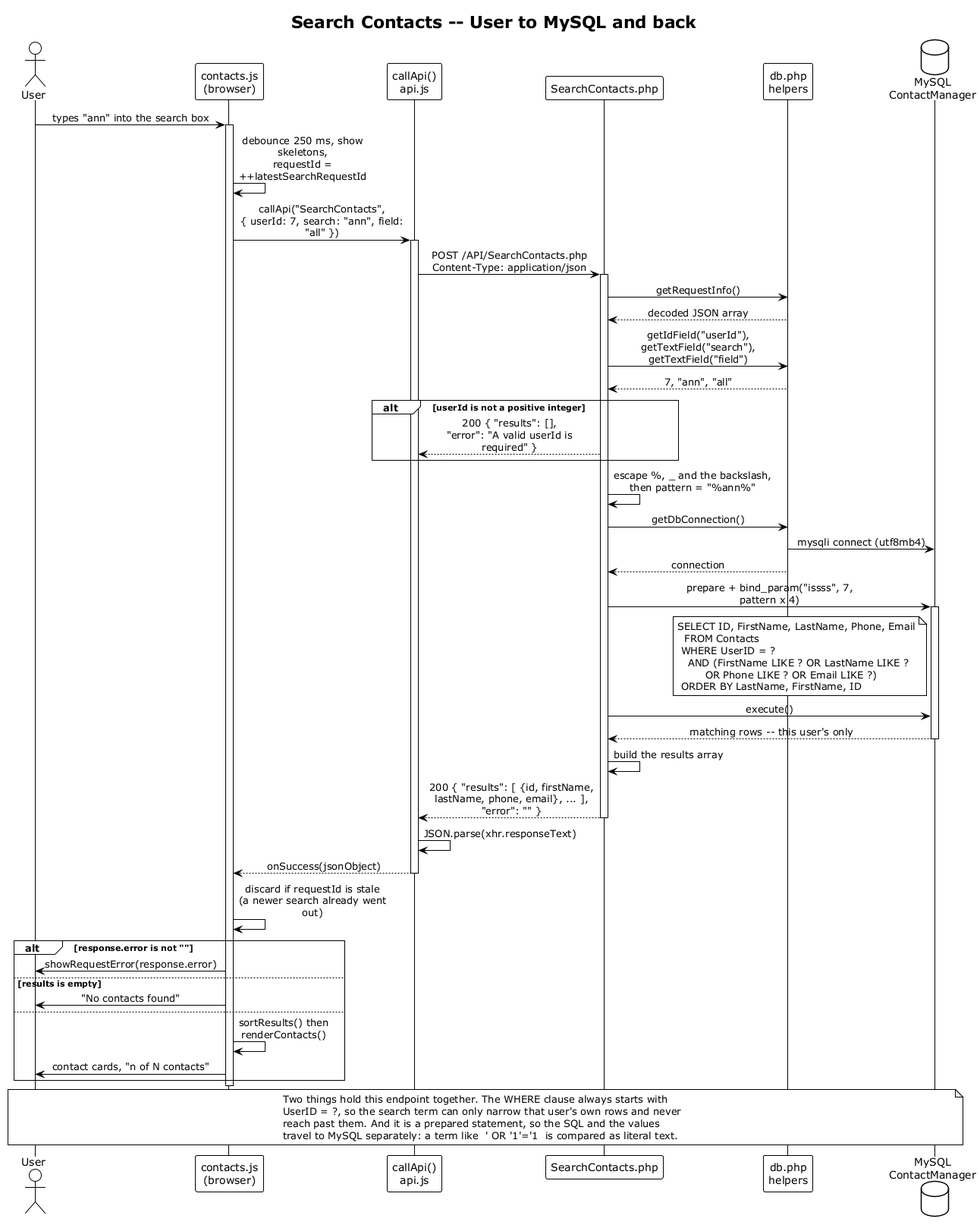
Earlier version of the PlantUML export docs/uml/sequence-search.png (polter-dev/Poosd-Small-Project). Its diagram source:
```plantuml
@startuml sequence-search

!theme plain
skinparam shadowing false
skinparam sequenceMessageAlign center
skinparam ParticipantBackgroundColor White
skinparam ParticipantBorderColor Black
skinparam maxMessageSize 220

title Search Contacts -- User to MySQL and back

actor "User" as USER
participant "contacts.js\n(browser)" as JS
participant "callApi()\napi.js" as CALL
participant "SearchContacts.php" as PHP
participant "db.php\nhelpers" as DB
database "MySQL\nContactManager" as SQL

USER -> JS : types "ann" into the search box
activate JS

JS -> JS : debounce 250 ms, show skeletons,\nrequestId = ++latestSearchRequestId

JS -> CALL : callApi("SearchContacts",\n{ userId: 7, search: "ann", field: "all" })
activate CALL

CALL -> PHP : POST /API/SearchContacts.php\nContent-Type: application/json
activate PHP

PHP -> DB : getRequestInfo()
DB --> PHP : decoded JSON array

PHP -> DB : getIdField("userId"),\ngetTextField("search"), getTextField("field")
DB --> PHP : 7, "ann", "all"

alt userId is not a positive integer
  PHP --> CALL : 200 { "results": [],\n"error": "A valid userId is required" }
end

PHP -> PHP : escape %, _ and the backslash,\nthen pattern = "%ann%"

PHP -> DB : getDbConnection()
DB -> SQL : mysqli connect (utf8mb4)
DB --> PHP : connection

PHP -> SQL : prepare + bind_param("issss", 7, pattern x 4)
activate SQL
note left of SQL
  SELECT ID, FirstName, LastName, Phone, Email
    FROM Contacts
   WHERE UserID = ?
     AND (FirstName LIKE ? OR LastName LIKE ?
          OR Phone LIKE ? OR Email LIKE ?)
   ORDER BY LastName, FirstName, ID
end note
PHP -> SQL : execute()
SQL --> PHP : matching rows -- this user's only
deactivate SQL

PHP -> PHP : build the results array
PHP --> CALL : 200 { "results": [ {id, firstName,\nlastName, phone, email}, ... ], "error": "" }
deactivate PHP

CALL -> CALL : JSON.parse(xhr.responseText)
CALL --> JS : onSuccess(jsonObject)
deactivate CALL

JS -> JS : discard if requestId is stale\n(a newer search already went out)

alt response.error is not ""
  JS -> USER : showRequestError(response.error)
else results is empty
  JS -> USER : "No contacts found"
else
  JS -> JS : sortResults() then renderContacts()
  JS -> USER : contact cards, "n of N contacts"
end

deactivate JS

note across
  Two things hold this endpoint together. The WHERE clause always starts with
  UserID = ?, so the search term can only narrow that user's own rows and never
  reach past them. And it is a prepared statement, so the SQL and the values
  travel to MySQL separately: a term like  ' OR '1'='1  is compared as literal text.
end note

@enduml
```
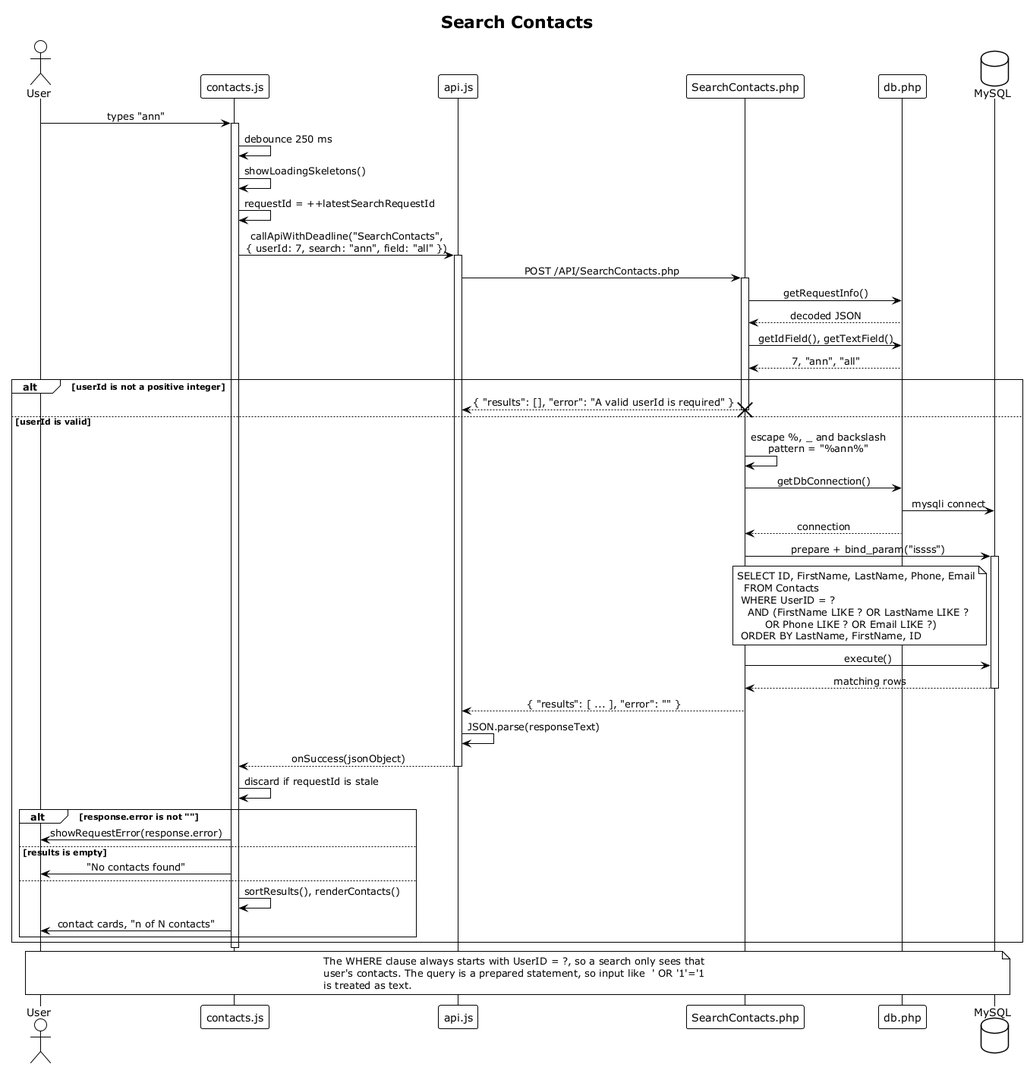
The same diagram one commit later.

What changed in the source:
```diff
@@ -5,84 +5,88 @@
 skinparam sequenceMessageAlign center
 skinparam ParticipantBackgroundColor White
 skinparam ParticipantBorderColor Black
-skinparam maxMessageSize 220
 
-title Search Contacts -- User to MySQL and back
+title Search Contacts
 
 actor "User" as USER
-participant "contacts.js\n(browser)" as JS
-participant "callApi()\napi.js" as CALL
+participant "contacts.js" as JS
+participant "api.js" as CALL
 participant "SearchContacts.php" as PHP
-participant "db.php\nhelpers" as DB
-database "MySQL\nContactManager" as SQL
+participant "db.php" as DB
+database "MySQL" as SQL
 
-USER -> JS : types "ann" into the search box
+USER -> JS : types "ann"
 activate JS
 
-JS -> JS : debounce 250 ms, show skeletons,\nrequestId = ++latestSearchRequestId
+JS -> JS : debounce 250 ms
+JS -> JS : showLoadingSkeletons()
+JS -> JS : requestId = ++latestSearchRequestId
 
-JS -> CALL : callApi("SearchContacts",\n{ userId: 7, search: "ann", field: "all" })
+JS -> CALL : callApiWithDeadline("SearchContacts",\n{ userId: 7, search: "ann", field: "all" })
 activate CALL
 
-CALL -> PHP : POST /API/SearchContacts.php\nContent-Type: application/json
+CALL -> PHP : POST /API/SearchContacts.php
 activate PHP
 
 PHP -> DB : getRequestInfo()
-DB --> PHP : decoded JSON array
+DB --> PHP : decoded JSON
 
-PHP -> DB : getIdField("userId"),\ngetTextField("search"), getTextField("field")
+PHP -> DB : getIdField(), getTextField()
 DB --> PHP : 7, "ann", "all"
 
 alt userId is not a positive integer
-  PHP --> CALL : 200 { "results": [],\n"error": "A valid userId is required" }
-end
 
-PHP -> PHP : escape %, _ and the backslash,\nthen pattern = "%ann%"
+  PHP --> CALL : { "results": [], "error": "A valid userId is required" }
+  destroy PHP
 
-PHP -> DB : getDbConnection()
-DB -> SQL : mysqli connect (utf8mb4)
-DB --> PHP : connection
+else userId is valid
 
-PHP -> SQL : prepare + bind_param("issss", 7, pattern x 4)
-activate SQL
-note left of SQL
-  SELECT ID, FirstName, LastName, Phone, Email
-    FROM Contacts
-   WHERE UserID = ?
-     AND (FirstName LIKE ? OR LastName LIKE ?
-          OR Phone LIKE ? OR Email LIKE ?)
-   ORDER BY LastName, FirstName, ID
-end note
-PHP -> SQL : execute()
-SQL --> PHP : matching rows -- this user's only
-deactivate SQL
+  PHP -> PHP : escape %, _ and backslash\npattern = "%ann%"
 
-PHP -> PHP : build the results array
-PHP --> CALL : 200 { "results": [ {id, firstName,\nlastName, phone, email}, ... ], "error": "" }
-deactivate PHP
+  PHP -> DB : getDbConnection()
+  DB -> SQL : mysqli connect
+  DB --> PHP : connection
 
-CALL -> CALL : JSON.parse(xhr.responseText)
-CALL --> JS : onSuccess(jsonObject)
-deactivate CALL
+  PHP -> SQL : prepare + bind_param("issss")
+  activate SQL
+  note left of SQL
+    SELECT ID, FirstName, LastName, Phone, Email
+      FROM Contacts
+     WHERE UserID = ?
+       AND (FirstName LIKE ? OR LastName LIKE ?
+            OR Phone LIKE ? OR Email LIKE ?)
+     ORDER BY LastName, FirstName, ID
+  end note
+  PHP -> SQL : execute()
+  SQL --> PHP : matching rows
+  deactivate SQL
 
-JS -> JS : discard if requestId is stale\n(a newer search already went out)
+  PHP --> CALL : { "results": [ ... ], "error": "" }
+  deactivate PHP
 
-alt response.error is not ""
-  JS -> USER : showRequestError(response.error)
-else results is empty
-  JS -> USER : "No contacts found"
-else
-  JS -> JS : sortResults() then renderContacts()
-  JS -> USER : contact cards, "n of N contacts"
+  CALL -> CALL : JSON.parse(responseText)
+  CALL --> JS : onSuccess(jsonObject)
+  deactivate CALL
+
+  JS -> JS : discard if requestId is stale
+
+  alt response.error is not ""
+    JS -> USER : showRequestError(response.error)
+  else results is empty
+    JS -> USER : "No contacts found"
+  else
+    JS -> JS : sortResults(), renderContacts()
+    JS -> USER : contact cards, "n of N contacts"
+  end
+
 end
 
 deactivate JS
 
 note across
-  Two things hold this endpoint together. The WHERE clause always starts with
-  UserID = ?, so the search term can only narrow that user's own rows and never
-  reach past them. And it is a prepared statement, so the SQL and the values
-  travel to MySQL separately: a term like  ' OR '1'='1  is compared as literal text.
+  The WHERE clause always starts with UserID = ?, so a search only sees that
+  user's contacts. The query is a prepared statement, so input like  ' OR '1'='1
+  is treated as text.
 end note
 
 @enduml
```
